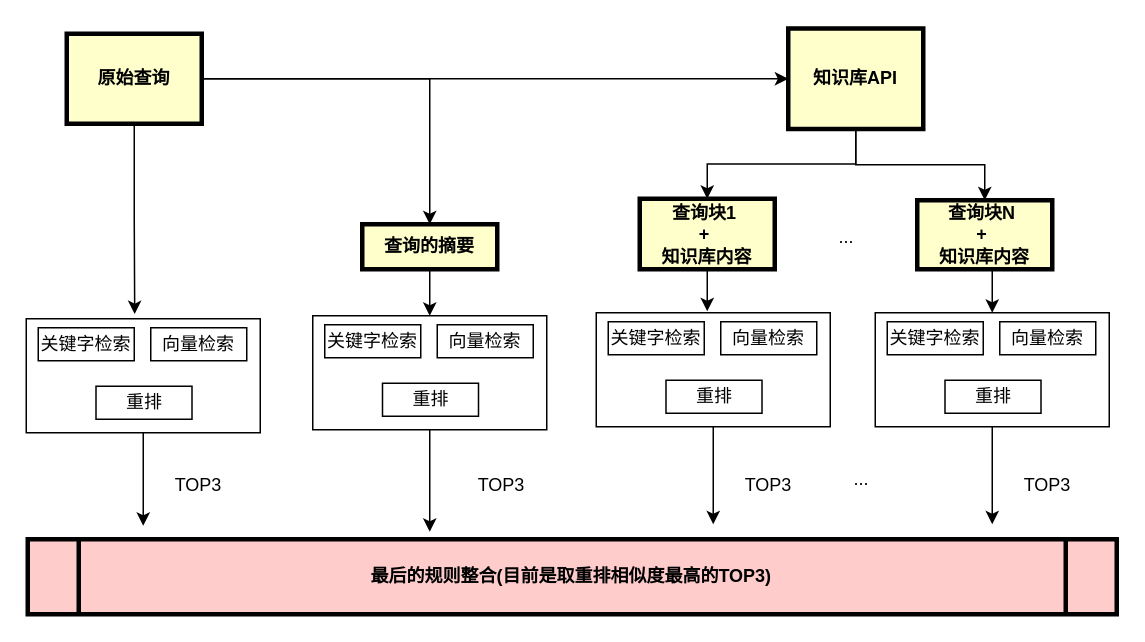
This is process.drawio from liweizhen111/GIt-GitHub_Note, a draw.io file, before an edit. Source tidied: cells renumbered, new cells numbered last; positions are measured from the earlier drawing's top-left corner, leaving out a move shared by most shapes. Both pictures are drawn from the tidied source at 150%, with x=0, y=0 at pixel (26, 27).
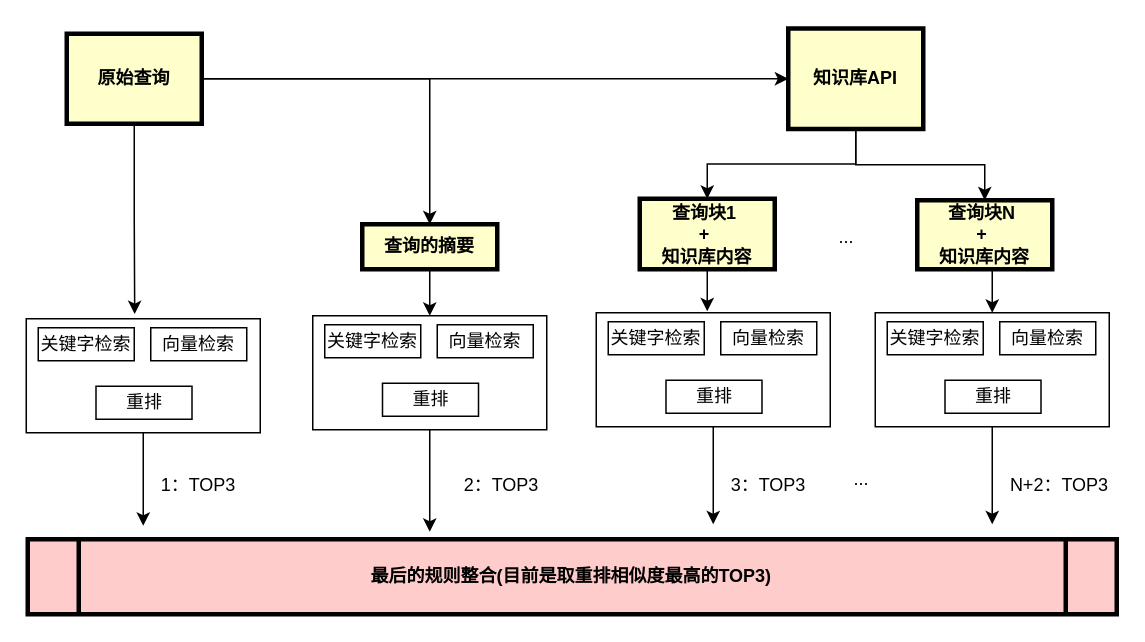
Above is the later version.

Diff of the diagram source:
```diff
@@
-    <mxCell id="31" value="TOP3" style="text;html=1;align=center;verticalAlign=middle;whiteSpace=wrap;rounded=0;" parent="1" vertex="1">
+    <mxCell id="31" value="1：TOP3" style="text;html=1;align=center;verticalAlign=middle;whiteSpace=wrap;rounded=0;" parent="1" vertex="1">
       <mxGeometry x="85" y="290" width="60" height="30" as="geometry" />
     </mxCell>
-    <mxCell id="32" value="TOP3" style="text;html=1;align=center;verticalAlign=middle;whiteSpace=wrap;rounded=0;" parent="1" vertex="1">
+    <mxCell id="32" value="2：TOP3" style="text;html=1;align=center;verticalAlign=middle;whiteSpace=wrap;rounded=0;" parent="1" vertex="1">
       <mxGeometry x="287" y="290" width="60" height="30" as="geometry" />
     </mxCell>
-    <mxCell id="33" value="TOP3" style="text;html=1;align=center;verticalAlign=middle;whiteSpace=wrap;rounded=0;" parent="1" vertex="1">
+    <mxCell id="33" value="3：TOP3" style="text;html=1;align=center;verticalAlign=middle;whiteSpace=wrap;rounded=0;" parent="1" vertex="1">
       <mxGeometry x="465" y="290" width="60" height="30" as="geometry" />
     </mxCell>
@@
-    <mxCell id="40" value="TOP3" style="text;html=1;align=center;verticalAlign=middle;whiteSpace=wrap;rounded=0;" parent="1" vertex="1">
-      <mxGeometry x="651" y="290" width="60" height="30" as="geometry" />
+    <mxCell id="40" value="N+2：TOP3" style="text;html=1;align=center;verticalAlign=middle;whiteSpace=wrap;rounded=0;" parent="1" vertex="1">
+      <mxGeometry x="651" y="290" width="76" height="30" as="geometry" />
     </mxCell>
```
